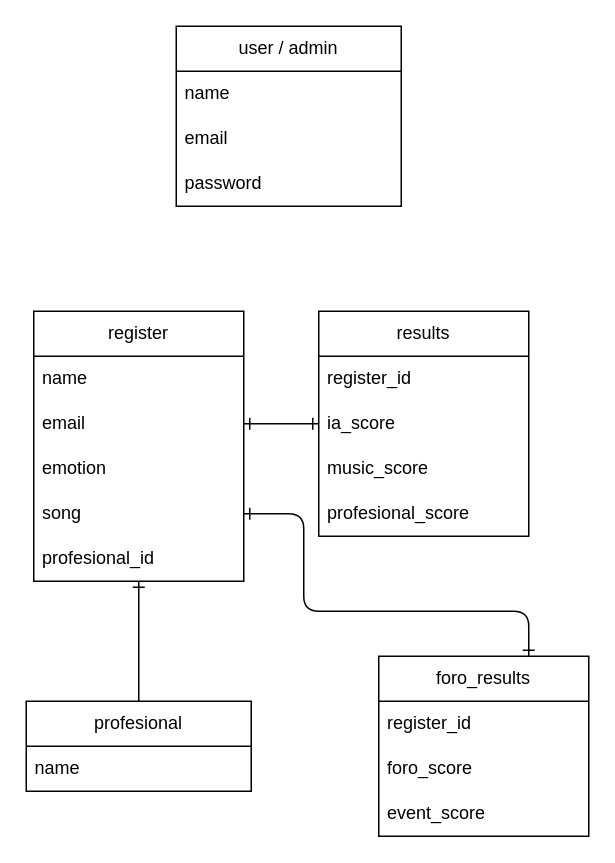
Above: database/database.drawio in rcomunica/-IA-YO (draw.io), before the change. Source tidied: cells renumbered, new cells numbered last; positions are measured from the earlier drawing's top-left corner, leaving out a move shared by most shapes. Both pictures are drawn from the tidied source at 150%, with x=0, y=0 at pixel (26, 26).
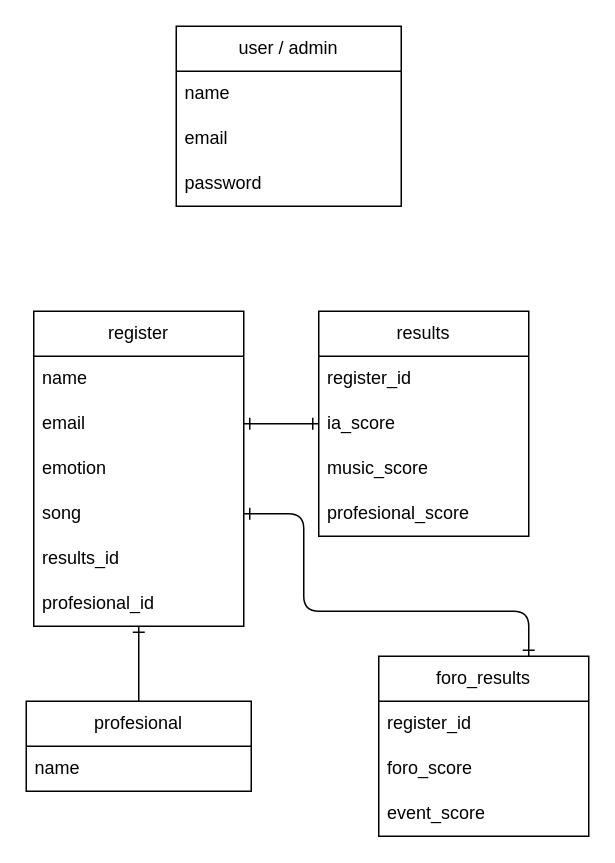
Above is the later version.

The edit, as a diff of the source:
```diff
@@
     <mxCell id="6" value="register" style="swimlane;fontStyle=0;horizontal=1;startSize=30;whiteSpace=wrap;html=1;" parent="1" vertex="1">
-      <mxGeometry x="5" y="190" width="140" height="180" as="geometry" />
+      <mxGeometry x="5" y="190" width="140" height="210" as="geometry" />
     </mxCell>
@@
+    <mxCell id="26" value="results_id" style="text;strokeColor=none;fillColor=none;align=left;verticalAlign=middle;spacingLeft=4;spacingRight=4;overflow=hidden;whiteSpace=wrap;html=1;" parent="6" vertex="1">
+      <mxGeometry y="150" width="140" height="30" as="geometry" />
+    </mxCell>
     <mxCell id="11" value="profesional_id" style="text;strokeColor=none;fillColor=none;align=left;verticalAlign=middle;spacingLeft=4;spacingRight=4;overflow=hidden;points=[[0,0.5],[1,0.5]];portConstraint=eastwest;whiteSpace=wrap;html=1;" parent="6" vertex="1">
-      <mxGeometry y="150" width="140" height="30" as="geometry" />
+      <mxGeometry y="180" width="140" height="30" as="geometry" />
     </mxCell>
```
